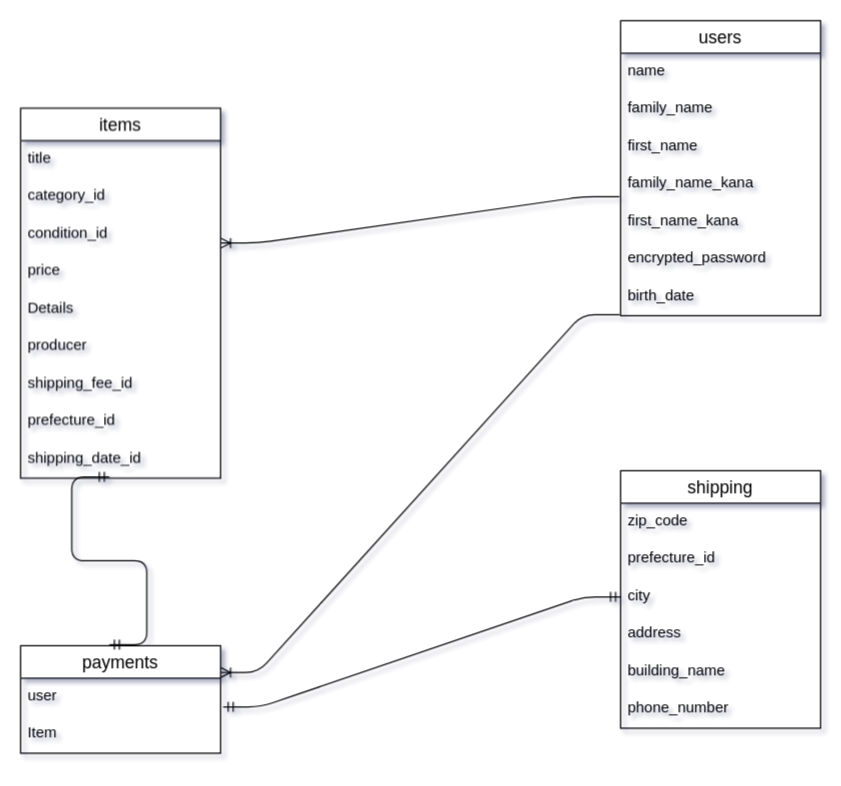
shohei-fujiwara03/furima-34435 keeps this draw.io diagram as furima-34435.dio. Above is the earlier version. Source tidied: cells renumbered, new cells numbered last; positions are measured from the earlier drawing's top-left corner, leaving out a move shared by most shapes. Both pictures are drawn from the tidied source at 125%, with x=0, y=0 at pixel (20, 20).
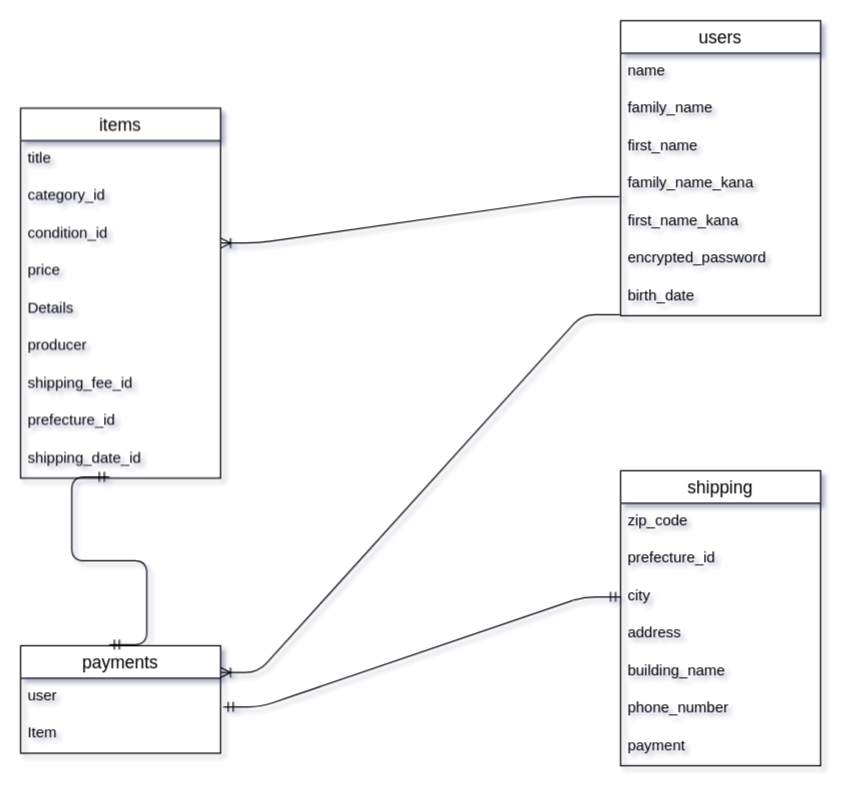
After the change.

Commit message (it also covers changes not shown here):
ER図、READMEの修正(4)

What changed in the source:
```diff
@@
     <mxCell id="23" value="shipping" style="swimlane;fontStyle=0;horizontal=1;startSize=26;align=center;fontSize=14;" parent="1" vertex="1">
-      <mxGeometry x="480" y="360" width="160" height="206" as="geometry" />
+      <mxGeometry x="480" y="360" width="160" height="236" as="geometry" />
     </mxCell>
@@
+    <mxCell id="34" value="payment" style="text;strokeColor=none;fillColor=none;spacingLeft=4;spacingRight=4;overflow=hidden;fontSize=12;" parent="23" vertex="1">
+      <mxGeometry y="206" width="160" height="30" as="geometry" />
+    </mxCell>
```
